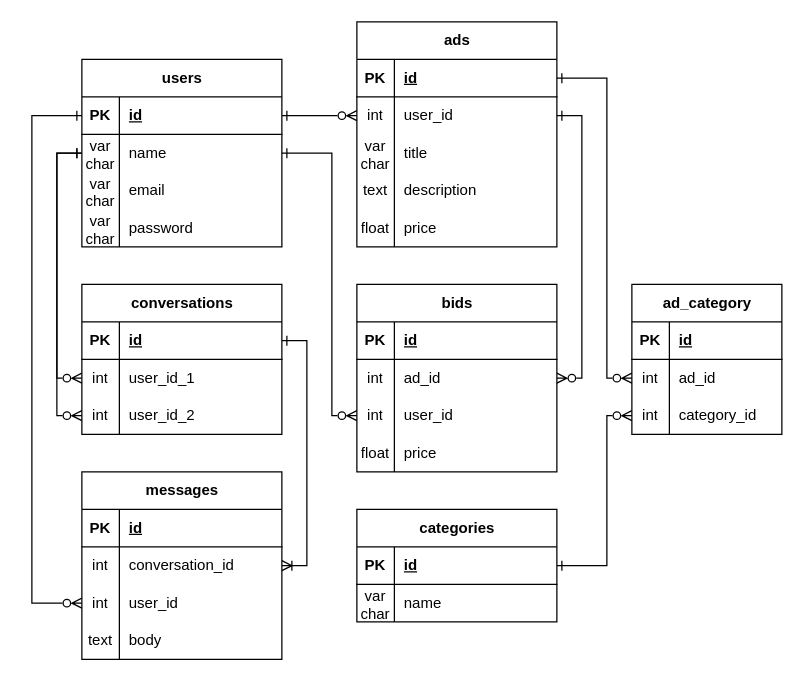
The draw.io diagram marketplace-database.drawio in LeggyBoiTim/laravel-marketplace, before the edit. Source tidied: cells renumbered, new cells numbered last; positions are measured from the earlier drawing's top-left corner, leaving out a move shared by most shapes. Both pictures are drawn from the tidied source at 125%, with x=0, y=0 at pixel (31, 21).
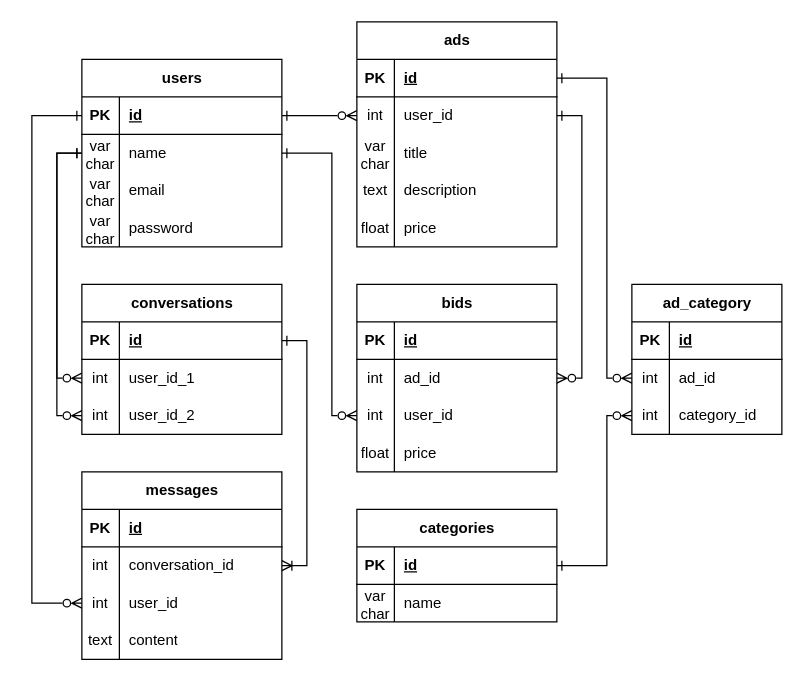
The same page after the edit.

Unchanged cells that the change refers to:
```xml
<mxCell id="61" style="shape=tableRow;horizontal=0;startSize=0;swimlaneHead=0;swimlaneBody=0;fillColor=none;top=0;left=0;right=0;bottom=0;" parent="51" vertex="1">
  <mxGeometry y="120" width="160" height="30" as="geometry" />
</mxCell>
```

The edit, as a diff of the source:
```diff
@@
-    <mxCell id="63" value="body" style="shape=partialRectangle;fillColor=none;top=0;left=0;bottom=0;right=0;align=left;spacingLeft=6;overflow=hidden;whiteSpace=wrap;html=1;" parent="61" vertex="1">
+    <mxCell id="63" value="content" style="shape=partialRectangle;fillColor=none;top=0;left=0;bottom=0;right=0;align=left;spacingLeft=6;overflow=hidden;whiteSpace=wrap;html=1;" parent="61" vertex="1">
       <mxGeometry x="30" width="130" height="30" as="geometry" />
     </mxCell>
```
